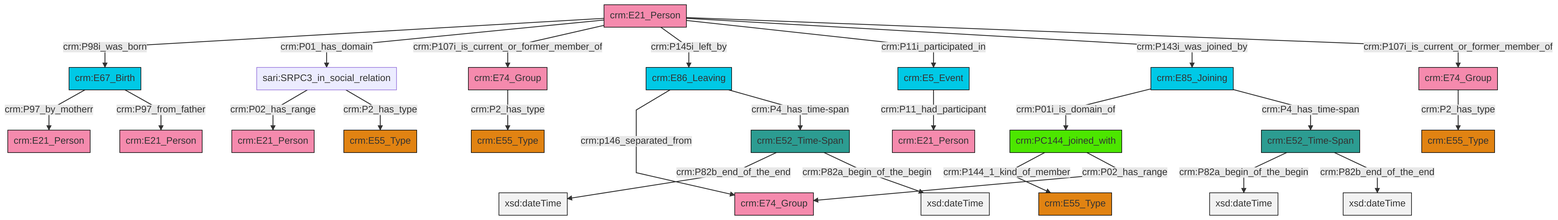
Before: et/personCSV/ttl/mmd/png/Person_Actor_Relations.png, a diagram exported from Mermaid (swiss-art-research-net/docs.swissartresearch). Its source is kept beside it as et/personCSV/ttl/mmd/Person_Actor_Relations.ttl.mmd.
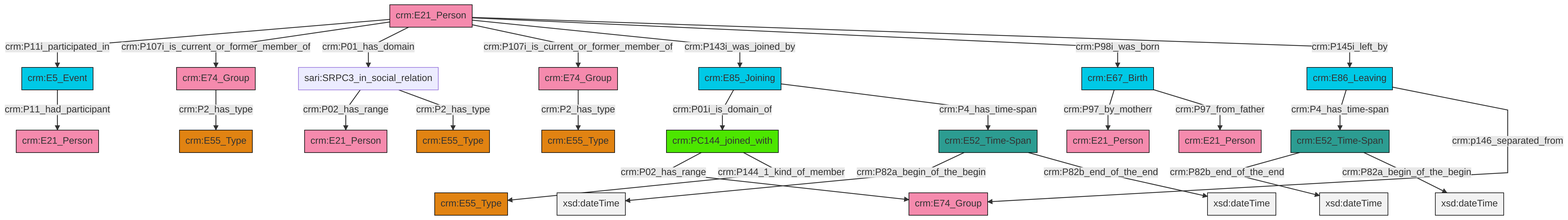
After the commit.

Change to the diagram source:
```diff
@@ -13,27 +13,27 @@
 classDef PC_Classes fill:#4ce600, stroke:#000000;
 classDef Multi fill:#cccccc,stroke:#000000;
 
-0["crm:PC144_joined_with"]:::PC_Classes -->|crm:P144_1_kind_of_member| 1["crm:E55_Type"]:::Type
-2["crm:E52_Time-Span"]:::Time-Span -->|crm:P82b_end_of_the_end| 3[xsd:dateTime]:::Literal
-4["crm:E74_Group"]:::Actor -->|crm:P2_has_type| 5["crm:E55_Type"]:::Type
-6["crm:E21_Person"]:::Actor -->|crm:P98i_was_born| 7["crm:E67_Birth"]:::Temporal_Entity
-9["crm:E86_Leaving"]:::Temporal_Entity -->|crm:p146_separated_from| 10["crm:E74_Group"]:::Actor
-6["crm:E21_Person"]:::Actor -->|crm:P01_has_domain| 13["sari:SRPC3_in_social_relation"]:::Default
-7["crm:E67_Birth"]:::Temporal_Entity -->|crm:P97_by_motherr| 14["crm:E21_Person"]:::Actor
-13["sari:SRPC3_in_social_relation"]:::Default -->|crm:P02_has_range| 11["crm:E21_Person"]:::Actor
-15["crm:E52_Time-Span"]:::Time-Span -->|crm:P82a_begin_of_the_begin| 16[xsd:dateTime]:::Literal
-2["crm:E52_Time-Span"]:::Time-Span -->|crm:P82a_begin_of_the_begin| 17[xsd:dateTime]:::Literal
-19["crm:E85_Joining"]:::Temporal_Entity -->|crm:P01i_is_domain_of| 0["crm:PC144_joined_with"]:::PC_Classes
-22["crm:E5_Event"]:::Temporal_Entity -->|crm:P11_had_participant| 23["crm:E21_Person"]:::Actor
-13["sari:SRPC3_in_social_relation"]:::Default -->|crm:P2_has_type| 26["crm:E55_Type"]:::Type
-6["crm:E21_Person"]:::Actor -->|crm:P107i_is_current_or_former_member_of| 20["crm:E74_Group"]:::Actor
-9["crm:E86_Leaving"]:::Temporal_Entity -->|crm:P4_has_time-span| 2["crm:E52_Time-Span"]:::Time-Span
-0["crm:PC144_joined_with"]:::PC_Classes -->|crm:P02_has_range| 10["crm:E74_Group"]:::Actor
-6["crm:E21_Person"]:::Actor -->|crm:P145i_left_by| 9["crm:E86_Leaving"]:::Temporal_Entity
-15["crm:E52_Time-Span"]:::Time-Span -->|crm:P82b_end_of_the_end| 36[xsd:dateTime]:::Literal
-7["crm:E67_Birth"]:::Temporal_Entity -->|crm:P97_from_father| 31["crm:E21_Person"]:::Actor
-6["crm:E21_Person"]:::Actor -->|crm:P11i_participated_in| 22["crm:E5_Event"]:::Temporal_Entity
-20["crm:E74_Group"]:::Actor -->|crm:P2_has_type| 39["crm:E55_Type"]:::Type
-6["crm:E21_Person"]:::Actor -->|crm:P143i_was_joined_by| 19["crm:E85_Joining"]:::Temporal_Entity
-19["crm:E85_Joining"]:::Temporal_Entity -->|crm:P4_has_time-span| 15["crm:E52_Time-Span"]:::Time-Span
-6["crm:E21_Person"]:::Actor -->|crm:P107i_is_current_or_former_member_of| 4["crm:E74_Group"]:::Actor
+0["crm:E21_Person"]:::Actor -->|crm:P11i_participated_in| 1["crm:E5_Event"]:::Temporal_Entity
+2["crm:PC144_joined_with"]:::PC_Classes -->|crm:P02_has_range| 3["crm:E74_Group"]:::Actor
+0["crm:E21_Person"]:::Actor -->|crm:P107i_is_current_or_former_member_of| 10["crm:E74_Group"]:::Actor
+17["sari:SRPC3_in_social_relation"]:::Default -->|crm:P02_has_range| 8["crm:E21_Person"]:::Actor
+4["crm:E85_Joining"]:::Temporal_Entity -->|crm:P01i_is_domain_of| 2["crm:PC144_joined_with"]:::PC_Classes
+2["crm:PC144_joined_with"]:::PC_Classes -->|crm:P144_1_kind_of_member| 20["crm:E55_Type"]:::Type
+18["crm:E86_Leaving"]:::Temporal_Entity -->|crm:P4_has_time-span| 23["crm:E52_Time-Span"]:::Time-Span
+23["crm:E52_Time-Span"]:::Time-Span -->|crm:P82b_end_of_the_end| 30[xsd:dateTime]:::Literal
+1["crm:E5_Event"]:::Temporal_Entity -->|crm:P11_had_participant| 31["crm:E21_Person"]:::Actor
+26["crm:E74_Group"]:::Actor -->|crm:P2_has_type| 24["crm:E55_Type"]:::Type
+0["crm:E21_Person"]:::Actor -->|crm:P01_has_domain| 17["sari:SRPC3_in_social_relation"]:::Default
+0["crm:E21_Person"]:::Actor -->|crm:P107i_is_current_or_former_member_of| 26["crm:E74_Group"]:::Actor
+37["crm:E67_Birth"]:::Temporal_Entity -->|crm:P97_by_motherr| 6["crm:E21_Person"]:::Actor
+18["crm:E86_Leaving"]:::Temporal_Entity -->|crm:p146_separated_from| 3["crm:E74_Group"]:::Actor
+4["crm:E85_Joining"]:::Temporal_Entity -->|crm:P4_has_time-span| 32["crm:E52_Time-Span"]:::Time-Span
+32["crm:E52_Time-Span"]:::Time-Span -->|crm:P82a_begin_of_the_begin| 38[xsd:dateTime]:::Literal
+23["crm:E52_Time-Span"]:::Time-Span -->|crm:P82a_begin_of_the_begin| 39[xsd:dateTime]:::Literal
+0["crm:E21_Person"]:::Actor -->|crm:P143i_was_joined_by| 4["crm:E85_Joining"]:::Temporal_Entity
+32["crm:E52_Time-Span"]:::Time-Span -->|crm:P82b_end_of_the_end| 41[xsd:dateTime]:::Literal
+37["crm:E67_Birth"]:::Temporal_Entity -->|crm:P97_from_father| 11["crm:E21_Person"]:::Actor
+17["sari:SRPC3_in_social_relation"]:::Default -->|crm:P2_has_type| 15["crm:E55_Type"]:::Type
+0["crm:E21_Person"]:::Actor -->|crm:P98i_was_born| 37["crm:E67_Birth"]:::Temporal_Entity
+10["crm:E74_Group"]:::Actor -->|crm:P2_has_type| 13["crm:E55_Type"]:::Type
+0["crm:E21_Person"]:::Actor -->|crm:P145i_left_by| 18["crm:E86_Leaving"]:::Temporal_Entity
```
